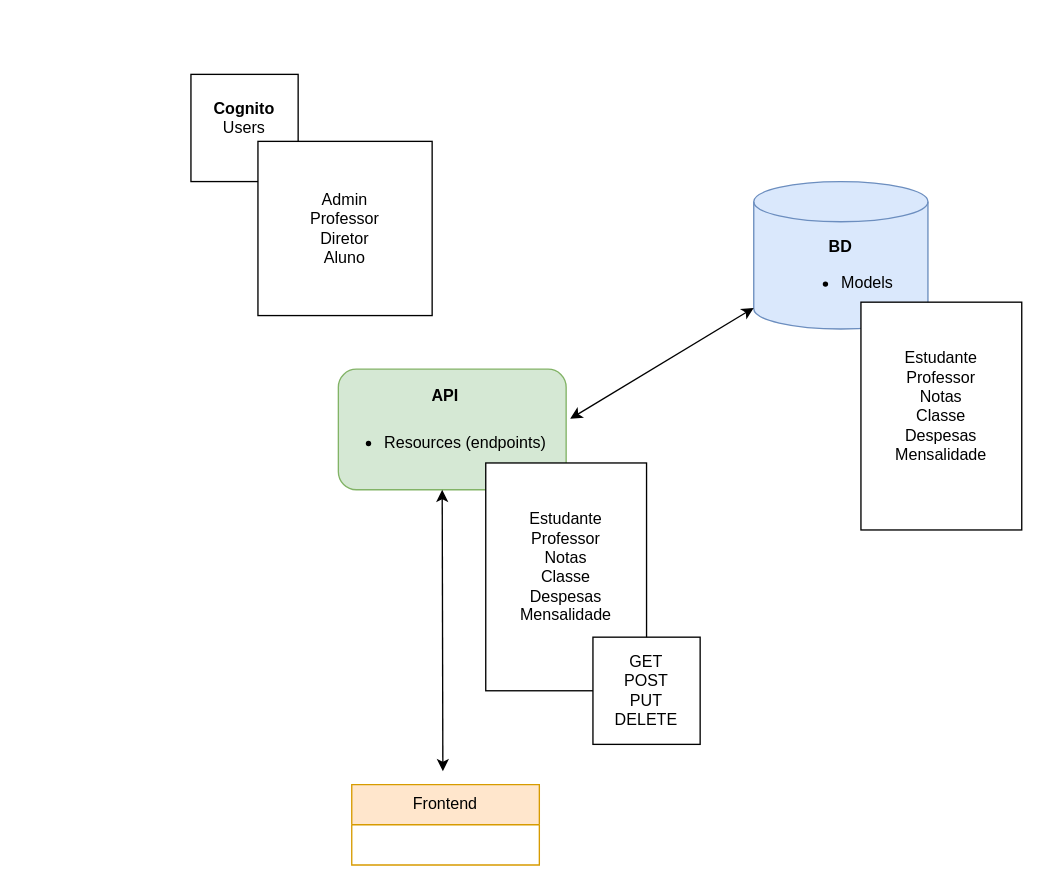
This is page "Arquitetura" (1 of 3) of moz_school.drawio from ManuelCarreiras/moz_sch, a draw.io file, before an edit. Source tidied: cells renumbered, new cells numbered last; positions are measured from the earlier drawing's top-left corner, leaving out a move shared by most shapes. Both pictures are drawn from the tidied source at 134%, with x=0, y=0 at pixel (190, 74).
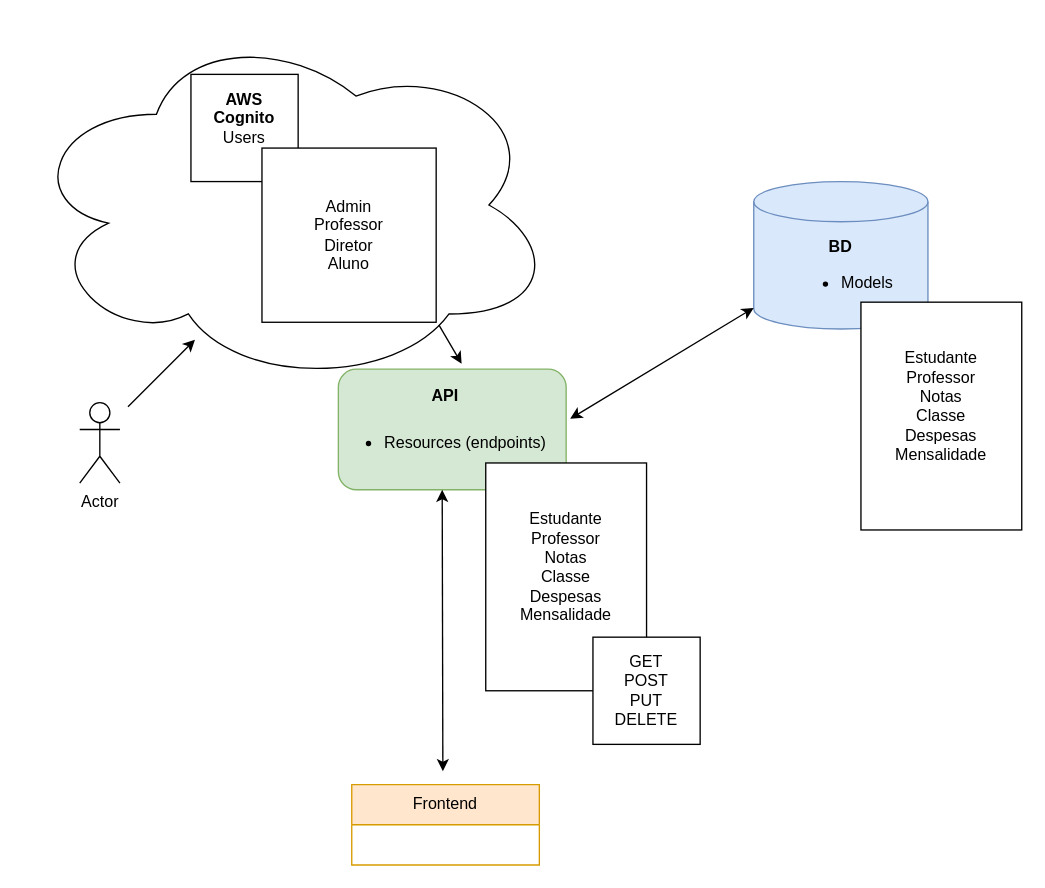
After the change.

The change refers to these unchanged cells:
```xml
<mxCell id="3" value="&lt;b&gt;API&lt;/b&gt;" style="text;html=1;align=center;verticalAlign=middle;whiteSpace=wrap;rounded=0;" parent="1" vertex="1">
  <mxGeometry x="110" y="220" width="160" height="40" as="geometry" />
</mxCell>
```

Diff of the diagram source:
```diff
@@
+    <mxCell id="14" style="ellipse;shape=cloud;whiteSpace=wrap;html=1;" parent="1" vertex="1">
+      <mxGeometry x="-125" y="-38" width="397" height="271" as="geometry" />
+    </mxCell>
@@
-    <mxCell id="12" value="&lt;div&gt;&lt;b&gt;Cognito&lt;/b&gt;&lt;/div&gt;Users&lt;div&gt;&lt;br&gt;&lt;/div&gt;" style="whiteSpace=wrap;html=1;" parent="1" vertex="1">
+    <mxCell id="12" value="&lt;div&gt;&lt;b&gt;AWS&lt;/b&gt;&lt;/div&gt;&lt;div&gt;&lt;b&gt;Cognito&lt;/b&gt;&lt;/div&gt;Users&lt;div&gt;&lt;br&gt;&lt;/div&gt;" style="whiteSpace=wrap;html=1;" parent="1" vertex="1">
       <mxGeometry width="80" height="80" as="geometry" />
     </mxCell>
     <mxCell id="13" value="Admin&lt;div&gt;Professor&lt;/div&gt;&lt;div&gt;Diretor&lt;/div&gt;&lt;div&gt;Aluno&lt;/div&gt;" style="whiteSpace=wrap;html=1;" parent="1" vertex="1">
-      <mxGeometry x="50" y="50" width="130" height="130" as="geometry" />
+      <mxGeometry x="53" y="55" width="130" height="130" as="geometry" />
     </mxCell>
+    <mxCell id="15" value="Actor" style="shape=umlActor;verticalLabelPosition=bottom;verticalAlign=top;html=1;" parent="1" vertex="1">
+      <mxGeometry x="-83" y="245" width="30" height="60" as="geometry" />
+    </mxCell>
+    <mxCell id="16" style="endArrow=classic;html=1;rounded=0;" parent="1" edge="1">
+      <mxGeometry relative="1" as="geometry">
+        <mxPoint x="-47" y="248" as="sourcePoint" />
+        <mxPoint x="3" y="198" as="targetPoint" />
+      </mxGeometry>
+    </mxCell>
+    <mxCell id="17" style="endArrow=classic;html=1;rounded=0;entryX=0.575;entryY=-0.1;entryDx=0;entryDy=0;entryPerimeter=0;" parent="1" edge="1" target="3">
+      <mxGeometry relative="1" as="geometry">
+        <mxPoint x="185" y="187" as="sourcePoint" />
+      </mxGeometry>
+    </mxCell>
```
